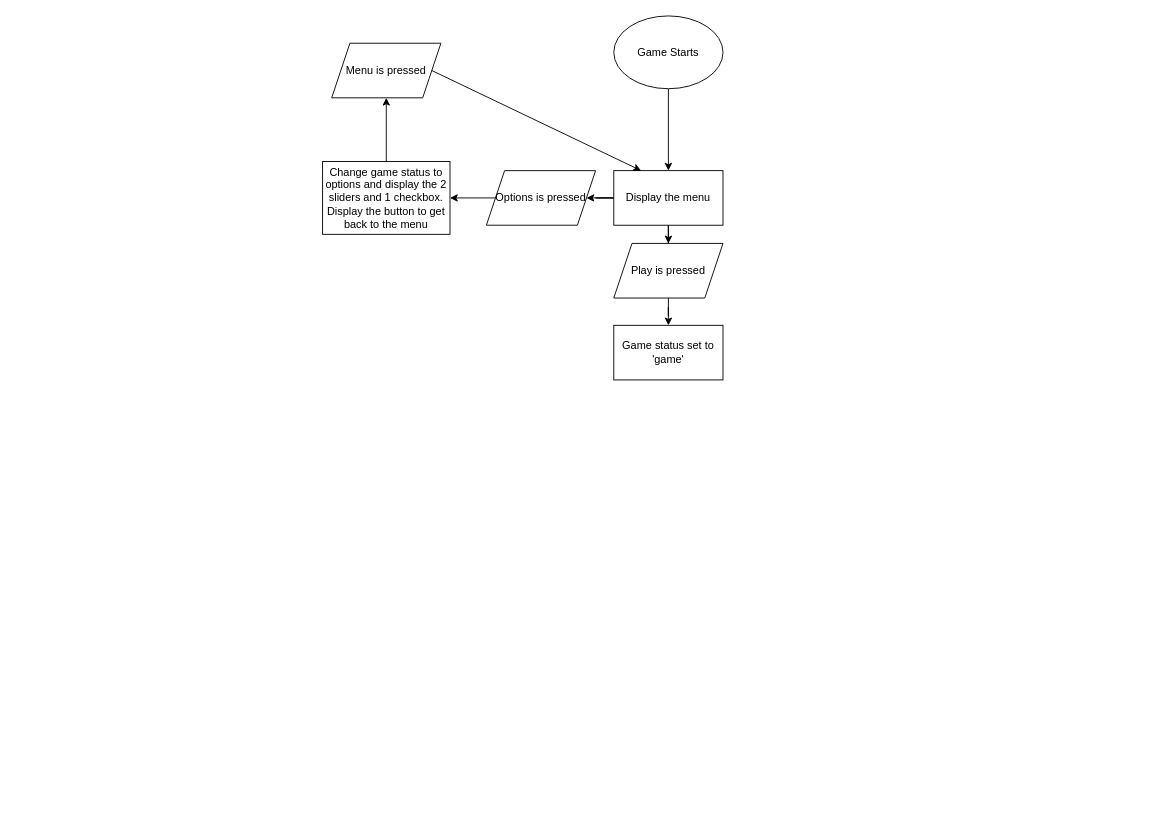
wfelliss/NEA keeps this draw.io diagram as Untitled Diagram.drawio. Above is the earlier version. Source tidied: cells renumbered, new cells numbered last; positions are measured from the earlier drawing's top-left corner, leaving out a move shared by most shapes. Both pictures are drawn from the tidied source at 91%, with x=0, y=0 at pixel (322, 15).
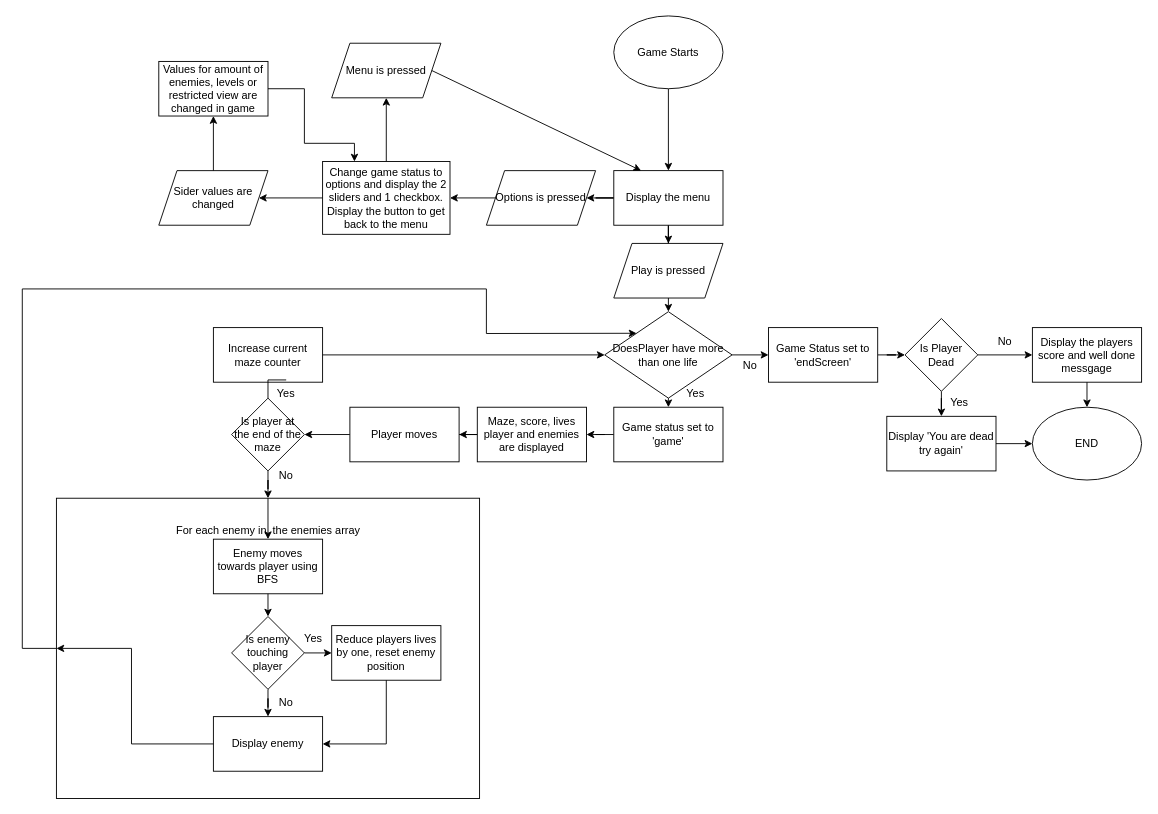
Above is the later version.

The change refers to these unchanged cells:
```xml
<mxCell id="10" value="Change game status to options and display the 2 sliders and 1 checkbox. Display the button to get back to the menu" style="whiteSpace=wrap;html=1;" parent="1" vertex="1">
  <mxGeometry y="160" width="140" height="80" as="geometry" />
</mxCell>
<mxCell id="14" value="Play is pressed" style="shape=parallelogram;perimeter=parallelogramPerimeter;whiteSpace=wrap;html=1;fixedSize=1;" parent="1" vertex="1">
  <mxGeometry x="320" y="250" width="120" height="60" as="geometry" />
</mxCell>
```

Change to the diagram source:
```diff
@@
-    <mxCell id="13" style="edgeStyle=orthogonalEdgeStyle;rounded=0;jettySize=auto;html=1;" parent="1" edge="1" source="14" target="15">
-      <mxGeometry relative="1" as="geometry" />
-    </mxCell>
@@
+    <mxCell id="16" style="edgeStyle=orthogonalEdgeStyle;rounded=0;jettySize=auto;html=1;" parent="1" edge="1" source="15" target="18">
+      <mxGeometry relative="1" as="geometry" />
+    </mxCell>
     <mxCell id="15" value="Game status set to 'game'" style="whiteSpace=wrap;html=1;" parent="1" vertex="1">
-      <mxGeometry x="320" y="340" width="120" height="60" as="geometry" />
+      <mxGeometry x="320" y="430" width="120" height="60" as="geometry" />
     </mxCell>
+    <mxCell id="17" style="edgeStyle=orthogonalEdgeStyle;rounded=0;jettySize=auto;html=1;" parent="1" edge="1" source="18" target="20">
+      <mxGeometry relative="1" as="geometry" />
+    </mxCell>
+    <mxCell id="18" value="Maze, score, lives player and enemies are displayed" style="whiteSpace=wrap;html=1;" parent="1" vertex="1">
+      <mxGeometry x="170" y="430" width="120" height="60" as="geometry" />
+    </mxCell>
+    <mxCell id="19" style="edgeStyle=orthogonalEdgeStyle;rounded=0;jettySize=auto;html=1;" parent="1" edge="1" source="20" target="23">
+      <mxGeometry relative="1" as="geometry" />
+    </mxCell>
+    <mxCell id="20" value="Player moves" style="whiteSpace=wrap;html=1;" parent="1" vertex="1">
+      <mxGeometry x="30" y="430" width="120" height="60" as="geometry" />
+    </mxCell>
+    <mxCell id="21" style="edgeStyle=orthogonalEdgeStyle;rounded=0;jettySize=auto;html=1;startArrow=none;" parent="1" edge="1" source="27" target="24">
+      <mxGeometry relative="1" as="geometry" />
+    </mxCell>
+    <mxCell id="22" style="edgeStyle=orthogonalEdgeStyle;rounded=0;jettySize=auto;html=1;" parent="1" edge="1" source="23" target="29">
+      <mxGeometry relative="1" as="geometry" />
+    </mxCell>
+    <mxCell id="23" value="Is player at the end of the maze" style="rhombus;whiteSpace=wrap;html=1;" parent="1" vertex="1">
+      <mxGeometry x="-100" y="420" width="80" height="80" as="geometry" />
+    </mxCell>
+    <mxCell id="24" value="Increase current maze counter" style="whiteSpace=wrap;html=1;" parent="1" vertex="1">
+      <mxGeometry x="-120" y="342.5" width="120" height="60" as="geometry" />
+    </mxCell>
+    <mxCell id="25" style="endArrow=classic;html=1;rounded=0;entryX=0;entryY=0.5;entryDx=0;entryDy=0;exitX=1;exitY=0.5;exitDx=0;exitDy=0;" parent="1" edge="1" source="24" target="43">
+      <mxGeometry relative="1" as="geometry" />
+    </mxCell>
+    <mxCell id="26" style="edgeStyle=orthogonalEdgeStyle;rounded=0;jettySize=auto;html=1;endArrow=none;" parent="1" edge="1" source="23" target="27">
+      <mxGeometry relative="1" as="geometry" />
+    </mxCell>
+    <mxCell id="27" value="Yes" style="text;html=1;strokeColor=none;fillColor=none;align=center;verticalAlign=middle;whiteSpace=wrap;rounded=0;" parent="1" vertex="1">
+      <mxGeometry x="-70" y="400" width="60" height="30" as="geometry" />
+    </mxCell>
+    <mxCell id="28" value="No" style="text;html=1;strokeColor=none;fillColor=none;align=center;verticalAlign=middle;whiteSpace=wrap;rounded=0;" parent="1" vertex="1">
+      <mxGeometry x="-70" y="490" width="60" height="30" as="geometry" />
+    </mxCell>
+    <mxCell id="29" value="For each enemy in&amp;nbsp; the enemies array&lt;br&gt;&lt;br&gt;&lt;br&gt;&lt;br&gt;&lt;br&gt;&lt;br&gt;&lt;br&gt;&lt;br&gt;&lt;br&gt;&lt;br&gt;&lt;br&gt;&lt;br&gt;&lt;br&gt;&lt;br&gt;&lt;br&gt;&lt;br&gt;&lt;br&gt;&lt;br&gt;&lt;br&gt;" style="whiteSpace=wrap;html=1;" parent="1" vertex="1">
+      <mxGeometry x="-292.5" y="530" width="465" height="330" as="geometry" />
+    </mxCell>
+    <mxCell id="30" value="Enemy moves towards player using BFS" style="rounded=0;whiteSpace=wrap;html=1;" parent="1" vertex="1">
+      <mxGeometry x="-120" y="575" width="120" height="60" as="geometry" />
+    </mxCell>
+    <mxCell id="31" style="edgeStyle=orthogonalEdgeStyle;rounded=0;jettySize=auto;html=1;" parent="1" edge="1" source="32" target="38">
+      <mxGeometry relative="1" as="geometry" />
+    </mxCell>
+    <mxCell id="32" value="Is enemy touching player" style="rhombus;whiteSpace=wrap;html=1;" parent="1" vertex="1">
+      <mxGeometry x="-100" y="660" width="80" height="80" as="geometry" />
+    </mxCell>
+    <mxCell id="33" style="endArrow=classic;html=1;rounded=0;exitX=0.5;exitY=1;exitDx=0;exitDy=0;entryX=0.5;entryY=0;entryDx=0;entryDy=0;" parent="1" edge="1" source="30" target="32">
+      <mxGeometry relative="1" as="geometry" />
+    </mxCell>
+    <mxCell id="34" value="Reduce players lives by one, reset enemy position" style="rounded=0;whiteSpace=wrap;html=1;" parent="1" vertex="1">
+      <mxGeometry x="10" y="670" width="120" height="60" as="geometry" />
+    </mxCell>
+    <mxCell id="35" style="endArrow=classic;html=1;rounded=0;entryX=0;entryY=0.5;entryDx=0;entryDy=0;" parent="1" edge="1" target="34">
+      <mxGeometry relative="1" as="geometry">
+        <mxPoint x="-20" y="700" as="sourcePoint" />
+      </mxGeometry>
+    </mxCell>
+    <mxCell id="36" value="Yes" style="text;html=1;strokeColor=none;fillColor=none;align=center;verticalAlign=middle;whiteSpace=wrap;rounded=0;" parent="1" vertex="1">
+      <mxGeometry x="-40" y="670" width="60" height="30" as="geometry" />
+    </mxCell>
+    <mxCell id="37" value="No" style="text;html=1;strokeColor=none;fillColor=none;align=center;verticalAlign=middle;whiteSpace=wrap;rounded=0;" parent="1" vertex="1">
+      <mxGeometry x="-70" y="740" width="60" height="30" as="geometry" />
+    </mxCell>
+    <mxCell id="38" value="Display enemy" style="whiteSpace=wrap;html=1;" parent="1" vertex="1">
+      <mxGeometry x="-120" y="770" width="120" height="60" as="geometry" />
+    </mxCell>
+    <mxCell id="39" style="endArrow=classic;html=1;rounded=0;exitX=0.5;exitY=1;exitDx=0;exitDy=0;entryX=1;entryY=0.5;entryDx=0;entryDy=0;" parent="1" edge="1" source="34" target="38">
+      <mxGeometry relative="1" as="geometry">
+        <Array as="points">
+          <mxPoint x="70" y="800" />
+        </Array>
+      </mxGeometry>
+    </mxCell>
+    <mxCell id="40" style="endArrow=classic;html=1;rounded=0;exitX=0;exitY=0.5;exitDx=0;exitDy=0;entryX=0;entryY=0;entryDx=0;entryDy=0;" parent="1" edge="1" source="29" target="43">
+      <mxGeometry relative="1" as="geometry">
+        <Array as="points">
+          <mxPoint x="-330" y="695" />
+          <mxPoint x="-330" y="300" />
+          <mxPoint x="180" y="300" />
+          <mxPoint x="180" y="349" />
+        </Array>
+      </mxGeometry>
+    </mxCell>
+    <mxCell id="41" style="endArrow=classic;html=1;rounded=0;exitX=0.5;exitY=0;exitDx=0;exitDy=0;entryX=0.5;entryY=0;entryDx=0;entryDy=0;" parent="1" edge="1" source="29" target="30">
+      <mxGeometry relative="1" as="geometry" />
+    </mxCell>
+    <mxCell id="42" style="edgeStyle=orthogonalEdgeStyle;rounded=0;jettySize=auto;html=1;" parent="1" edge="1" source="43" target="49">
+      <mxGeometry relative="1" as="geometry" />
+    </mxCell>
+    <mxCell id="43" value="DoesPlayer have more than one life" style="rhombus;whiteSpace=wrap;html=1;" parent="1" vertex="1">
+      <mxGeometry x="310" y="325" width="140" height="95" as="geometry" />
+    </mxCell>
+    <mxCell id="44" style="endArrow=classic;html=1;rounded=0;exitX=0.5;exitY=1;exitDx=0;exitDy=0;entryX=0.5;entryY=0;entryDx=0;entryDy=0;" parent="1" edge="1" source="14" target="43">
+      <mxGeometry relative="1" as="geometry" />
+    </mxCell>
+    <mxCell id="45" value="Yes" style="text;html=1;strokeColor=none;fillColor=none;align=center;verticalAlign=middle;whiteSpace=wrap;rounded=0;" parent="1" vertex="1">
+      <mxGeometry x="380" y="400" width="60" height="30" as="geometry" />
+    </mxCell>
+    <mxCell id="46" style="endArrow=classic;html=1;rounded=0;exitX=0.5;exitY=1;exitDx=0;exitDy=0;entryX=0.5;entryY=0;entryDx=0;entryDy=0;" parent="1" edge="1" source="43" target="15">
+      <mxGeometry relative="1" as="geometry" />
+    </mxCell>
+    <mxCell id="47" value="No" style="text;html=1;strokeColor=none;fillColor=none;align=center;verticalAlign=middle;whiteSpace=wrap;rounded=0;" parent="1" vertex="1">
+      <mxGeometry x="440" y="370" width="60" height="30" as="geometry" />
+    </mxCell>
+    <mxCell id="48" style="edgeStyle=orthogonalEdgeStyle;rounded=0;jettySize=auto;html=1;" parent="1" edge="1" source="49" target="52">
+      <mxGeometry relative="1" as="geometry" />
+    </mxCell>
+    <mxCell id="49" value="Game Status set to 'endScreen'" style="whiteSpace=wrap;html=1;" parent="1" vertex="1">
+      <mxGeometry x="490" y="342.5" width="120" height="60" as="geometry" />
+    </mxCell>
+    <mxCell id="50" style="edgeStyle=orthogonalEdgeStyle;rounded=0;jettySize=auto;html=1;" parent="1" edge="1" source="52" target="53">
+      <mxGeometry relative="1" as="geometry" />
+    </mxCell>
+    <mxCell id="51" style="edgeStyle=orthogonalEdgeStyle;rounded=0;jettySize=auto;html=1;" parent="1" edge="1" source="52" target="54">
+      <mxGeometry relative="1" as="geometry" />
+    </mxCell>
+    <mxCell id="52" value="Is Player Dead" style="rhombus;whiteSpace=wrap;html=1;" parent="1" vertex="1">
+      <mxGeometry x="640" y="332.5" width="80" height="80" as="geometry" />
+    </mxCell>
+    <mxCell id="53" value="Display 'You are dead try again'" style="whiteSpace=wrap;html=1;" parent="1" vertex="1">
+      <mxGeometry x="620" y="440" width="120" height="60" as="geometry" />
+    </mxCell>
+    <mxCell id="54" value="Display the players score and well done messgage" style="whiteSpace=wrap;html=1;" parent="1" vertex="1">
+      <mxGeometry x="780" y="342.5" width="120" height="60" as="geometry" />
+    </mxCell>
+    <mxCell id="55" value="Yes" style="text;html=1;strokeColor=none;fillColor=none;align=center;verticalAlign=middle;whiteSpace=wrap;rounded=0;" parent="1" vertex="1">
+      <mxGeometry x="670" y="410" width="60" height="30" as="geometry" />
+    </mxCell>
+    <mxCell id="56" value="No" style="text;html=1;strokeColor=none;fillColor=none;align=center;verticalAlign=middle;whiteSpace=wrap;rounded=0;" parent="1" vertex="1">
+      <mxGeometry x="720" y="342.5" width="60" height="30" as="geometry" />
+    </mxCell>
+    <mxCell id="57" value="END" style="ellipse;whiteSpace=wrap;html=1;" parent="1" vertex="1">
+      <mxGeometry x="780" y="430" width="120" height="80" as="geometry" />
+    </mxCell>
+    <mxCell id="58" style="endArrow=classic;html=1;rounded=0;exitX=0.5;exitY=1;exitDx=0;exitDy=0;entryX=0.5;entryY=0;entryDx=0;entryDy=0;" parent="1" edge="1" source="54" target="57">
+      <mxGeometry relative="1" as="geometry" />
+    </mxCell>
+    <mxCell id="59" style="endArrow=classic;html=1;rounded=0;exitX=1;exitY=0.5;exitDx=0;exitDy=0;entryX=0;entryY=0.5;entryDx=0;entryDy=0;" parent="1" edge="1" source="53" target="57">
+      <mxGeometry relative="1" as="geometry" />
+    </mxCell>
+    <mxCell id="60" value="Sider values are changed" style="shape=parallelogram;perimeter=parallelogramPerimeter;whiteSpace=wrap;html=1;fixedSize=1;" parent="1" vertex="1">
+      <mxGeometry x="-180" y="170" width="120" height="60" as="geometry" />
+    </mxCell>
+    <mxCell id="61" style="endArrow=classic;html=1;rounded=0;exitX=0;exitY=0.5;exitDx=0;exitDy=0;entryX=1;entryY=0.5;entryDx=0;entryDy=0;" parent="1" edge="1" source="10" target="60">
+      <mxGeometry relative="1" as="geometry" />
+    </mxCell>
+    <mxCell id="62" value="Values for amount of enemies, levels or restricted view are changed in game" style="rounded=0;whiteSpace=wrap;html=1;" parent="1" vertex="1">
+      <mxGeometry x="-180" y="50" width="120" height="60" as="geometry" />
+    </mxCell>
+    <mxCell id="63" style="endArrow=classic;html=1;rounded=0;exitX=0.5;exitY=0;exitDx=0;exitDy=0;entryX=0.5;entryY=1;entryDx=0;entryDy=0;" parent="1" edge="1" source="60" target="62">
+      <mxGeometry relative="1" as="geometry" />
+    </mxCell>
+    <mxCell id="64" style="endArrow=classic;html=1;rounded=0;exitX=1;exitY=0.5;exitDx=0;exitDy=0;entryX=0.25;entryY=0;entryDx=0;entryDy=0;" parent="1" edge="1" source="62" target="10">
+      <mxGeometry relative="1" as="geometry">
+        <Array as="points">
+          <mxPoint x="-20" y="80" />
+          <mxPoint x="-20" y="140" />
+          <mxPoint x="35" y="140" />
+        </Array>
+      </mxGeometry>
+    </mxCell>
+    <mxCell id="65" style="endArrow=classic;html=1;rounded=0;exitX=0;exitY=0.5;exitDx=0;exitDy=0;entryX=0;entryY=0.5;entryDx=0;entryDy=0;" parent="1" edge="1" source="38" target="29">
+      <mxGeometry relative="1" as="geometry">
+        <Array as="points">
+          <mxPoint x="-210" y="800" />
+          <mxPoint x="-210" y="695" />
+        </Array>
+      </mxGeometry>
+    </mxCell>
```
